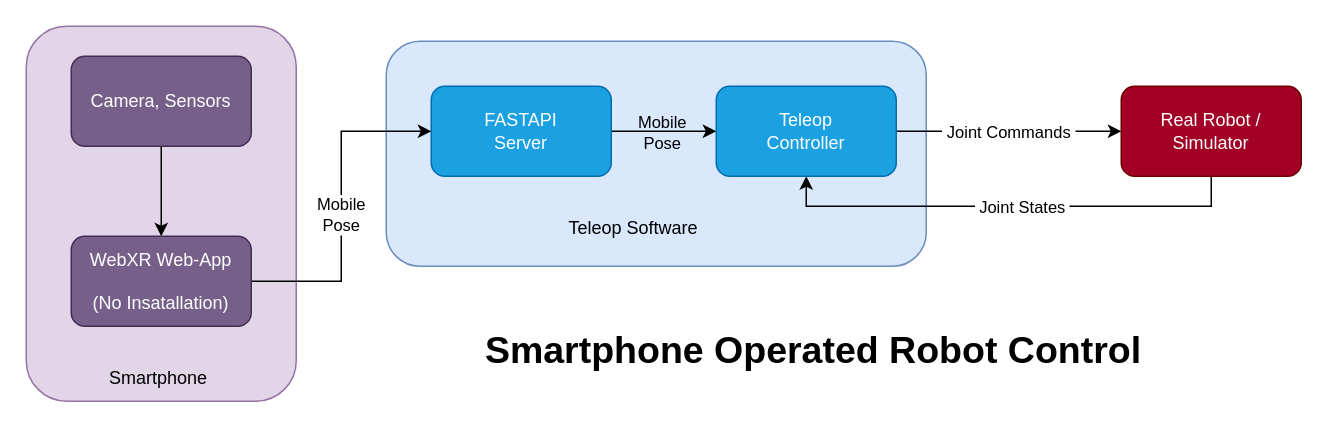
The draw.io diagram WEBXR.drawio in sudhirpratapyadav/diagrams, before the edit. Source tidied: cells renumbered, new cells numbered last; positions are measured from the earlier drawing's top-left corner, leaving out a move shared by most shapes. Both pictures are drawn from the tidied source at 150%, with x=0, y=0 at pixel (26, 26).
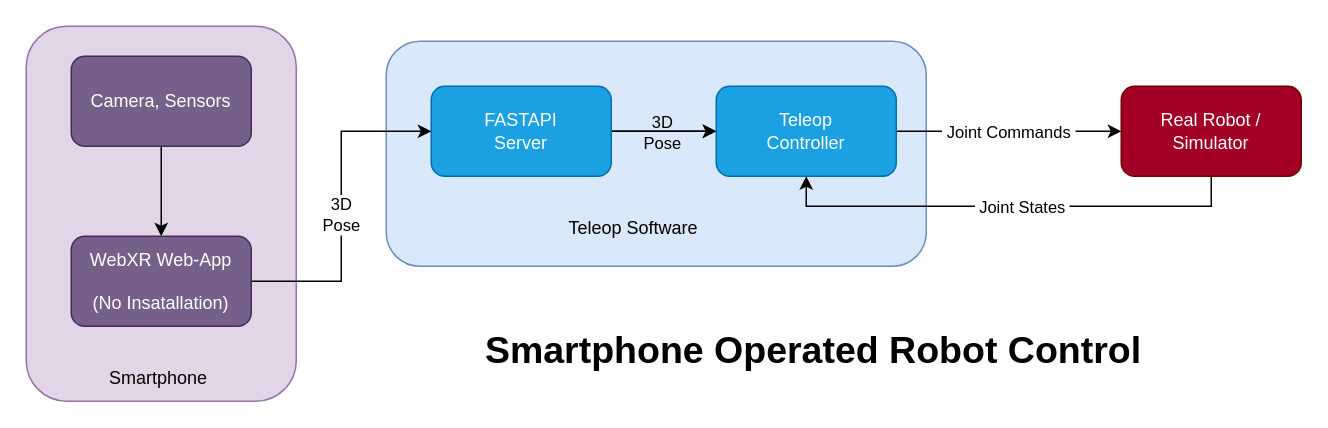
The same diagram, later.

The change refers to these unchanged cells:
```xml
<mxCell id="11" value="Teleop&lt;br&gt;Controller" style="rounded=1;whiteSpace=wrap;html=1;fillColor=#1ba1e2;fontColor=#ffffff;strokeColor=#006EAF;" parent="1" vertex="1">
  <mxGeometry x="460" y="40" width="120" height="60" as="geometry" />
</mxCell>
<mxCell id="12" style="edgeStyle=orthogonalEdgeStyle;rounded=0;jettySize=auto;html=1;" parent="1" edge="1" source="14" target="11">
  <mxGeometry relative="1" as="geometry" />
</mxCell>
<mxCell id="14" value="FASTAPI&lt;br&gt;Server" style="rounded=1;whiteSpace=wrap;html=1;fillColor=#1ba1e2;fontColor=#ffffff;strokeColor=#006EAF;" parent="1" vertex="1">
  <mxGeometry x="270" y="40" width="120" height="60" as="geometry" />
</mxCell>
<mxCell id="15" style="edgeStyle=orthogonalEdgeStyle;rounded=0;jettySize=auto;html=1;exitX=1;exitY=0.5;exitDx=0;exitDy=0;entryX=0;entryY=0.5;entryDx=0;entryDy=0;" parent="1" edge="1" source="17" target="14">
  <mxGeometry relative="1" as="geometry" />
</mxCell>
```

Diff of the diagram source:
```diff
@@
-    <mxCell id="13" value="Mobile&lt;div&gt;Pose&lt;/div&gt;" style="edgeLabel;html=1;align=center;verticalAlign=middle;labelBackgroundColor=none;" parent="12" vertex="1">
+    <mxCell id="13" value="3D&lt;br&gt;&lt;div&gt;Pose&lt;/div&gt;" style="edgeLabel;html=1;align=center;verticalAlign=middle;labelBackgroundColor=none;" parent="12" vertex="1">
       <mxGeometry x="-0.06" relative="1" as="geometry" />
     </mxCell>
+    <mxCell id="21" style="edgeStyle=orthogonalEdgeStyle;rounded=0;jettySize=auto;html=1;" parent="1" edge="1" source="14" target="11">
+      <mxGeometry relative="1" as="geometry" />
+    </mxCell>
@@
-    <mxCell id="16" value="Mobile&lt;br&gt;Pose" style="edgeLabel;html=1;align=center;verticalAlign=middle;" parent="15" vertex="1">
+    <mxCell id="16" value="3D&lt;br&gt;Pose" style="edgeLabel;html=1;align=center;verticalAlign=middle;" parent="15" vertex="1">
       <mxGeometry x="-0.15" y="1" relative="1" as="geometry">
         <mxPoint y="-11" as="offset" />
       </mxGeometry>
     </mxCell>
```
